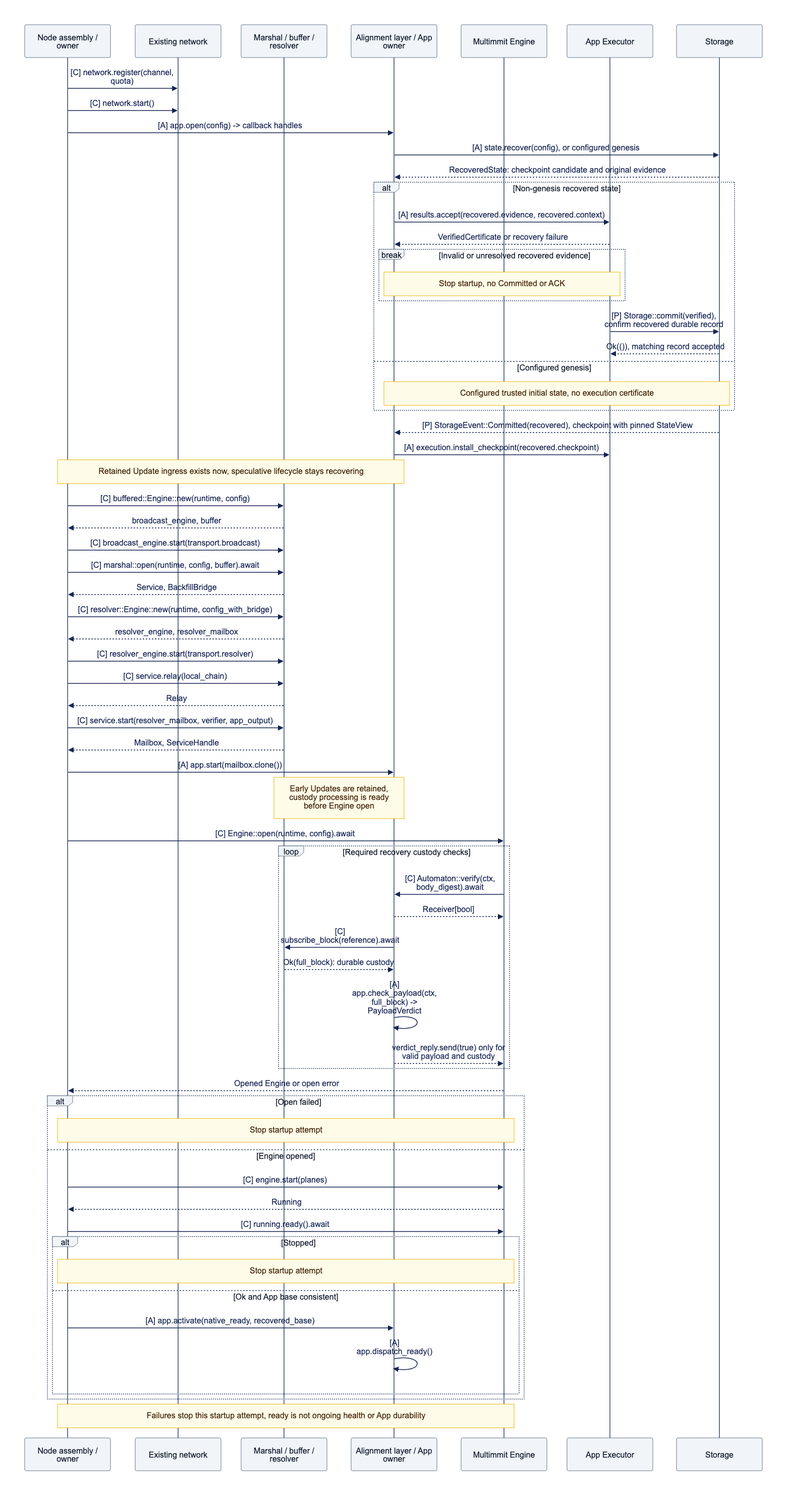
Above: docs/assets/diagrams/diagram-13.png in djm07073/baton (Mermaid), before the change. Its source is kept beside it as docs/assets/diagrams/diagram-13.mmd.
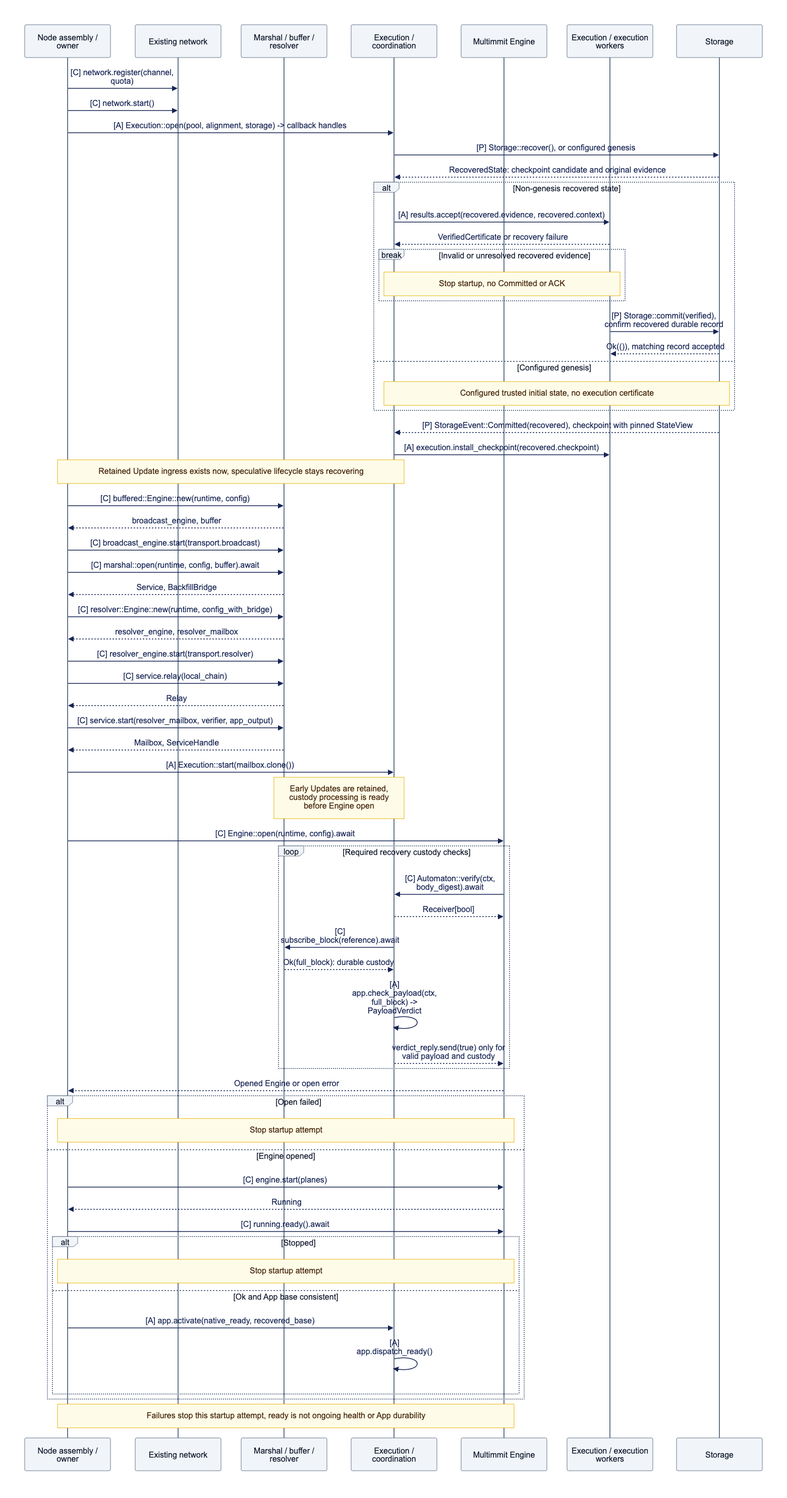
The same file after the commit.

Diff of the diagram source:
```diff
@@ -2,14 +2,14 @@
     participant O as Node assembly / owner
     participant W as Existing network
     participant M as Marshal / buffer / resolver
-    participant A as Alignment layer / App owner
+    participant A as Execution / coordination
     participant N as Multimmit Engine
-    participant E as App Executor
+    participant E as Execution / execution workers
     participant S as Storage
     O->>W: [C] network.register(channel, quota)
     O->>W: [C] network.start()
-    O->>A: [A] app.open(config) -> callback handles
-    A->>S: [A] state.recover(config), or configured genesis
+    O->>A: [A] Execution::open(pool, alignment, storage) -> callback handles
+    A->>S: [P] Storage::recover(), or configured genesis
     S-->>A: RecoveredState: checkpoint candidate and original evidence
     alt Non-genesis recovered state
         A->>E: [A] results.accept(recovered.evidence, recovered.context)
@@ -37,7 +37,7 @@
     M-->>O: Relay
     O->>M: [C] service.start(resolver_mailbox, verifier, app_output)
     M-->>O: Mailbox, ServiceHandle
-    O->>A: [A] app.start(mailbox.clone())
+    O->>A: [A] Execution::start(mailbox.clone())
     Note over M,A: Early Updates are retained, custody processing is ready before Engine open
     O->>N: [C] Engine::open(runtime, config).await
     loop Required recovery custody checks
```
